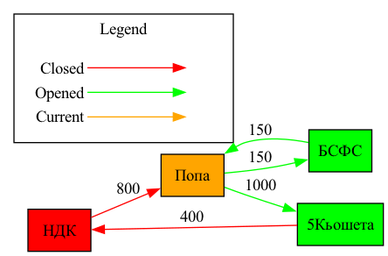
The Graphviz diagram cmake-build-debug/graph.png in MishoMish/CityMap_ProjectSDP, before a commit. Its source is kept beside it as cmake-build-debug/graph.dot. The source it was exported from:
```dot
digraph G {
  graph [rankdir=LR];
  node [shape="box", color = "black", style="filled"];
  "0x600001474280" [label="НДК", fillcolor="red"];
  "0x600001474280" -> "0x6000014741c0" [label="800", color="red"];
  "0x600001474240" [label="5Кьошета", fillcolor="green"];
  "0x600001474240" -> "0x600001474280" [label="400", color="red"];
  "0x600001474200" [label="БСФС", fillcolor="green"];
  "0x600001474200" -> "0x6000014741c0" [label="150", color="green"];
  "0x6000014741c0" [label="Попа", fillcolor="orange"];
  "0x6000014741c0" -> "0x600001474240" [label="1000", color="green"];
  "0x6000014741c0" -> "0x600001474200" [label="150", color="green"];
rankdir=LR
  node [shape=plaintext]
  subgraph cluster_01 {
    label = "Legend";
    key [label=<<table border="0" cellpadding="2" cellspacing="0" cellborder="0">
      <tr><td align="right" port="i1">Closed</td></tr>
      <tr><td align="right" port="i2">Opened</td></tr>
      <tr><td align="right" port="i3">Current</td></tr>
      </table>>, color=white]
    key2 [label=<<table border="0" cellpadding="2" cellspacing="0" cellborder="0">
      <tr><td port="i1">&nbsp;</td></tr>
      <tr><td port="i2">&nbsp;</td></tr>
      <tr><td port="i3">&nbsp;</td></tr>
      </table>>, color=white]
    key:i1:e -> key2:i1:w [color=red]
    key:i2:e -> key2:i2:w [color=green]
    key:i3:e -> key2:i3:w [color=orange]
  }
}
```
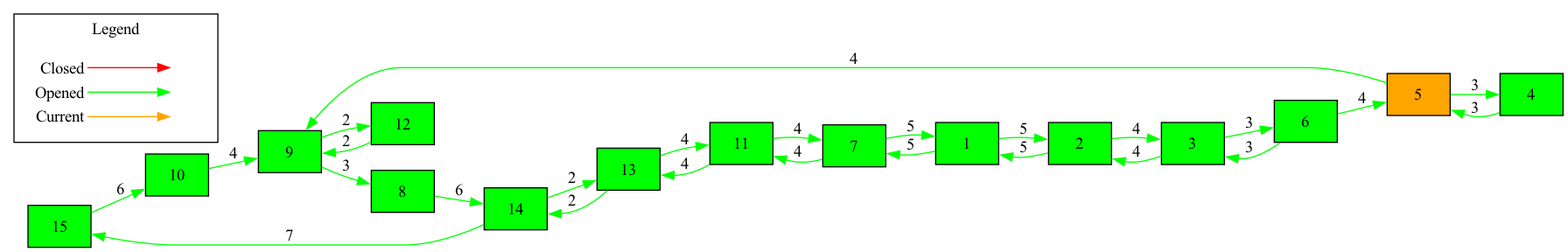
After the commit.

Diff of the diagram source:
```diff
@@ -1,16 +1,47 @@
 digraph G {
   graph [rankdir=LR];
   node [shape="box", color = "black", style="filled"];
-  "0x600001474280" [label="НДК", fillcolor="red"];
-  "0x600001474280" -> "0x6000014741c0" [label="800", color="red"];
-  "0x600001474240" [label="5Кьошета", fillcolor="green"];
-  "0x600001474240" -> "0x600001474280" [label="400", color="red"];
-  "0x600001474200" [label="БСФС", fillcolor="green"];
-  "0x600001474200" -> "0x6000014741c0" [label="150", color="green"];
-  "0x6000014741c0" [label="Попа", fillcolor="orange"];
-  "0x6000014741c0" -> "0x600001474240" [label="1000", color="green"];
-  "0x6000014741c0" -> "0x600001474200" [label="150", color="green"];
-rankdir=LR
+  "0x600000dec540" [label="15", fillcolor="green"];
+  "0x600000dec540" -> "0x600000dec4c0" [label="6", color="green"];
+  "0x600000dec4c0" [label="10", fillcolor="green"];
+  "0x600000dec4c0" -> "0x600000dec380" [label="4", color="green"];
+  "0x600000dec500" [label="13", fillcolor="green"];
+  "0x600000dec500" -> "0x600000dec440" [label="2", color="green"];
+  "0x600000dec500" -> "0x600000dec3c0" [label="4", color="green"];
+  "0x600000dec480" [label="12", fillcolor="green"];
+  "0x600000dec480" -> "0x600000dec380" [label="2", color="green"];
+  "0x600000dec200" [label="2", fillcolor="green"];
+  "0x600000dec200" -> "0x600000dec280" [label="4", color="green"];
+  "0x600000dec200" -> "0x600000dec1c0" [label="5", color="green"];
+  "0x600000dec380" [label="9", fillcolor="green"];
+  "0x600000dec380" -> "0x600000dec480" [label="2", color="green"];
+  "0x600000dec380" -> "0x600000dec400" [label="3", color="green"];
+  "0x600000dec440" [label="14", fillcolor="green"];
+  "0x600000dec440" -> "0x600000dec540" [label="7", color="green"];
+  "0x600000dec440" -> "0x600000dec500" [label="2", color="green"];
+  "0x600000dec400" [label="8", fillcolor="green"];
+  "0x600000dec400" -> "0x600000dec440" [label="6", color="green"];
+  "0x600000dec300" [label="4", fillcolor="green"];
+  "0x600000dec300" -> "0x600000dec340" [label="3", color="green"];
+  "0x600000dec3c0" [label="11", fillcolor="green"];
+  "0x600000dec3c0" -> "0x600000dec500" [label="4", color="green"];
+  "0x600000dec3c0" -> "0x600000dec240" [label="4", color="green"];
+  "0x600000dec2c0" [label="6", fillcolor="green"];
+  "0x600000dec2c0" -> "0x600000dec340" [label="4", color="green"];
+  "0x600000dec2c0" -> "0x600000dec280" [label="3", color="green"];
+  "0x600000dec280" [label="3", fillcolor="green"];
+  "0x600000dec280" -> "0x600000dec2c0" [label="3", color="green"];
+  "0x600000dec280" -> "0x600000dec200" [label="4", color="green"];
+  "0x600000dec1c0" [label="1", fillcolor="green"];
+  "0x600000dec1c0" -> "0x600000dec240" [label="5", color="green"];
+  "0x600000dec1c0" -> "0x600000dec200" [label="5", color="green"];
+  "0x600000dec340" [label="5", fillcolor="orange"];
+  "0x600000dec340" -> "0x600000dec380" [label="4", color="green"];
+  "0x600000dec340" -> "0x600000dec300" [label="3", color="green"];
+  "0x600000dec240" [label="7", fillcolor="green"];
+  "0x600000dec240" -> "0x600000dec3c0" [label="4", color="green"];
+  "0x600000dec240" -> "0x600000dec1c0" [label="5", color="green"];
+  rankdir=LR
   node [shape=plaintext]
   subgraph cluster_01 {
     label = "Legend";
```
